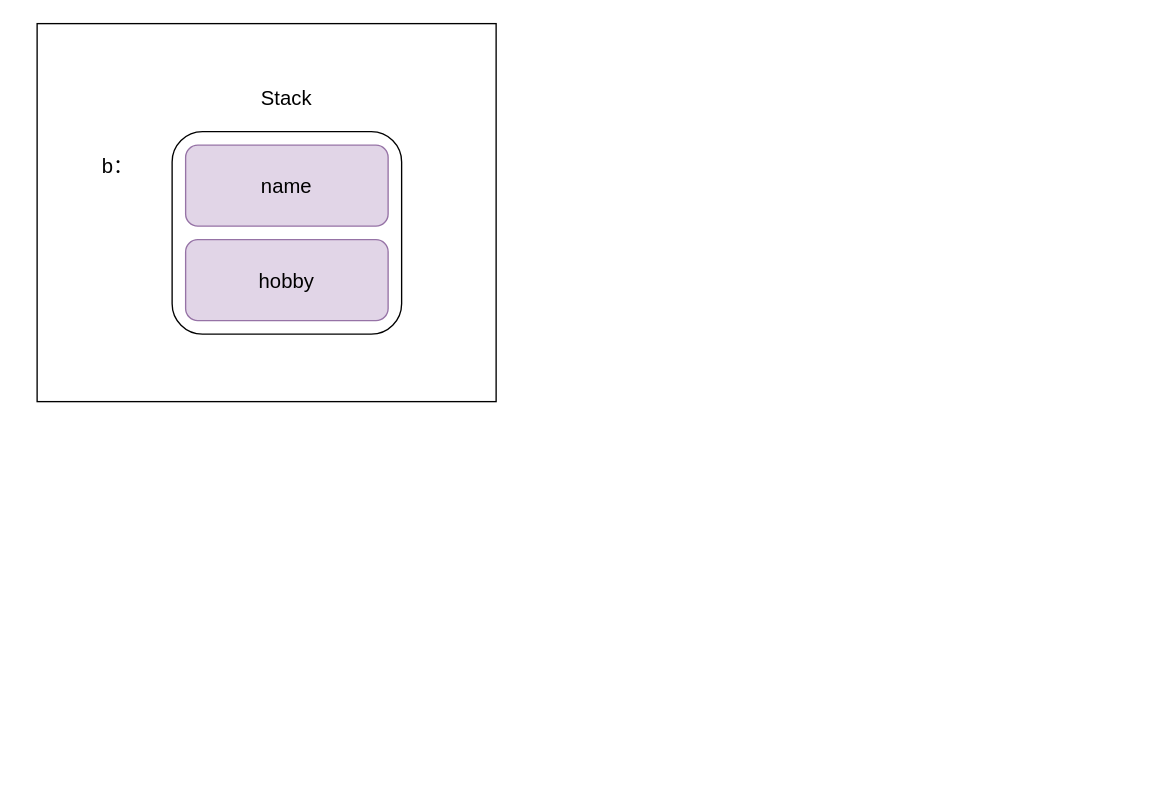
Before: Struct stack memory.drawio in star-j/Flowchart, a draw.io diagram. Source tidied: cells renumbered, new cells numbered last; positions are measured from the earlier drawing's top-left corner, leaving out a move shared by most shapes. Both pictures are drawn from the tidied source at 135%, with x=0, y=0 at pixel (36, 23).
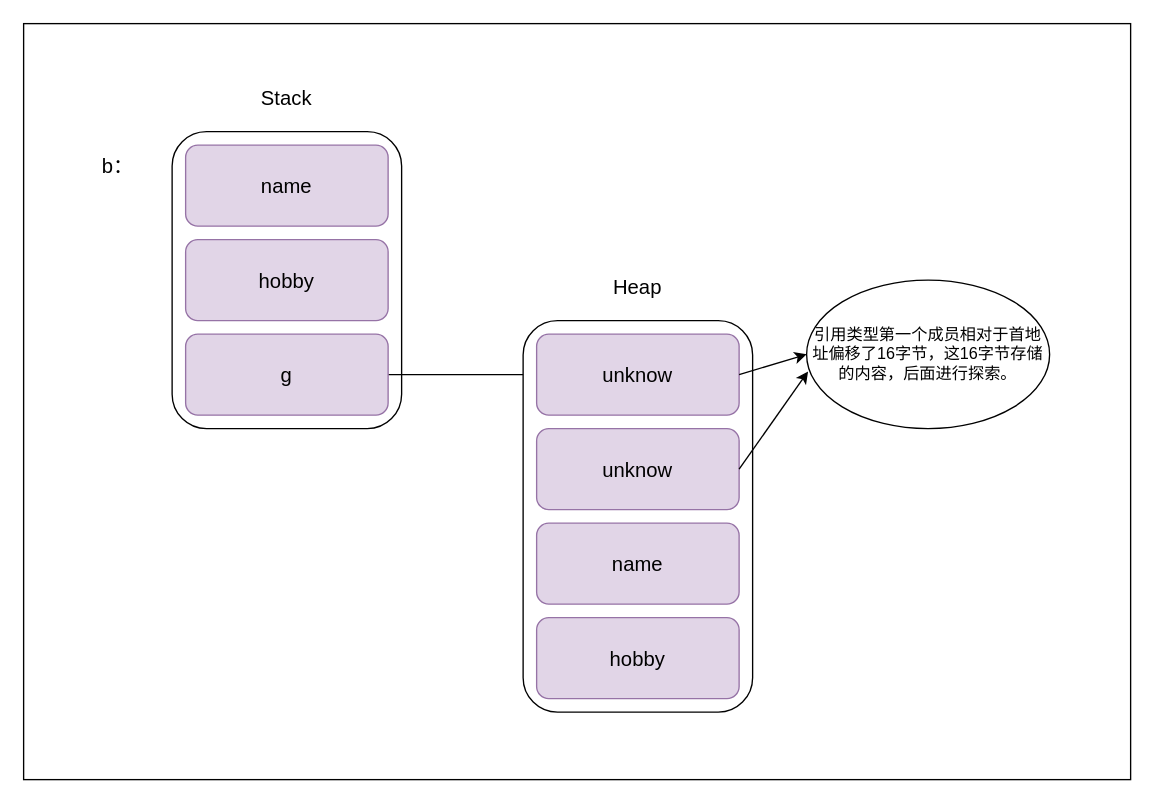
The same page after the edit.

Change to the diagram source:
```diff
@@
 <mxGraphModel>
   <root>
     <mxCell id="0" />
     <mxCell id="1" parent="0" />
     <mxCell id="2" style="rounded=0;whiteSpace=wrap;html=1;fontSize=15;" parent="1" vertex="1">
-      <mxGeometry width="340" height="280" as="geometry" />
+      <mxGeometry x="-10" width="820" height="560" as="geometry" />
     </mxCell>
     <mxCell id="3" style="rounded=1;whiteSpace=wrap;html=1;" parent="1" vertex="1">
-      <mxGeometry x="100" y="80" width="170" height="150" as="geometry" />
+      <mxGeometry x="100" y="80" width="170" height="220" as="geometry" />
     </mxCell>
     <mxCell id="4" value="name" style="rounded=1;whiteSpace=wrap;html=1;fontSize=15;fillColor=#e1d5e7;strokeColor=#9673a6;" parent="1" vertex="1">
       <mxGeometry x="110" y="90" width="150" height="60" as="geometry" />
     </mxCell>
     <mxCell id="5" value="hobby" style="rounded=1;whiteSpace=wrap;html=1;fontSize=15;fillColor=#e1d5e7;strokeColor=#9673a6;" parent="1" vertex="1">
       <mxGeometry x="110" y="160" width="150" height="60" as="geometry" />
     </mxCell>
     <mxCell id="6" value="Stack" style="text;html=1;strokeColor=none;fillColor=none;align=center;verticalAlign=middle;whiteSpace=wrap;rounded=0;fontSize=15;" parent="1" vertex="1">
       <mxGeometry x="155" y="40" width="60" height="30" as="geometry" />
     </mxCell>
     <mxCell id="7" value="b：" style="text;html=1;strokeColor=none;fillColor=none;align=center;verticalAlign=middle;whiteSpace=wrap;rounded=0;fontSize=15;" parent="1" vertex="1">
       <mxGeometry x="40" y="90" width="40" height="30" as="geometry" />
     </mxCell>
+    <mxCell id="8" style="edgeStyle=orthogonalEdgeStyle;rounded=0;jettySize=auto;html=1;exitX=1;exitY=0.5;exitDx=0;exitDy=0;entryX=0;entryY=0.5;entryDx=0;entryDy=0;" parent="1" edge="1" source="9" target="15">
+      <mxGeometry relative="1" as="geometry" />
+    </mxCell>
+    <mxCell id="9" value="g" style="rounded=1;whiteSpace=wrap;html=1;fontSize=15;fillColor=#e1d5e7;strokeColor=#9673a6;" parent="1" vertex="1">
+      <mxGeometry x="110" y="230" width="150" height="60" as="geometry" />
+    </mxCell>
+    <mxCell id="10" style="rounded=1;whiteSpace=wrap;html=1;" parent="1" vertex="1">
+      <mxGeometry x="360" y="220" width="170" height="290" as="geometry" />
+    </mxCell>
+    <mxCell id="11" value="unknow" style="rounded=1;whiteSpace=wrap;html=1;fontSize=15;fillColor=#e1d5e7;strokeColor=#9673a6;" parent="1" vertex="1">
+      <mxGeometry x="370" y="300" width="150" height="60" as="geometry" />
+    </mxCell>
+    <mxCell id="12" value="name" style="rounded=1;whiteSpace=wrap;html=1;fontSize=15;fillColor=#e1d5e7;strokeColor=#9673a6;" parent="1" vertex="1">
+      <mxGeometry x="370" y="370" width="150" height="60" as="geometry" />
+    </mxCell>
+    <mxCell id="13" value="Heap" style="text;html=1;strokeColor=none;fillColor=none;align=center;verticalAlign=middle;whiteSpace=wrap;rounded=0;fontSize=15;" parent="1" vertex="1">
+      <mxGeometry x="415" y="180" width="60" height="30" as="geometry" />
+    </mxCell>
+    <mxCell id="14" value="hobby" style="rounded=1;whiteSpace=wrap;html=1;fontSize=15;fillColor=#e1d5e7;strokeColor=#9673a6;" parent="1" vertex="1">
+      <mxGeometry x="370" y="440" width="150" height="60" as="geometry" />
+    </mxCell>
+    <mxCell id="15" value="unknow" style="rounded=1;whiteSpace=wrap;html=1;fontSize=15;fillColor=#e1d5e7;strokeColor=#9673a6;" parent="1" vertex="1">
+      <mxGeometry x="370" y="230" width="150" height="60" as="geometry" />
+    </mxCell>
+    <mxCell id="16" value="引用类型第一个成员相对于首地址偏移了16字节，这16字节存储的内容，后面进行探索。" style="ellipse;whiteSpace=wrap;html=1;" parent="1" vertex="1">
+      <mxGeometry x="570" y="190" width="180" height="110" as="geometry" />
+    </mxCell>
+    <mxCell id="17" style="endArrow=classic;html=1;rounded=0;exitX=1;exitY=0.5;exitDx=0;exitDy=0;entryX=0;entryY=0.5;entryDx=0;entryDy=0;" parent="1" edge="1" source="15" target="16">
+      <mxGeometry relative="1" as="geometry" />
+    </mxCell>
+    <mxCell id="18" style="endArrow=classic;html=1;rounded=0;exitX=1;exitY=0.5;exitDx=0;exitDy=0;entryX=0.006;entryY=0.615;entryDx=0;entryDy=0;entryPerimeter=0;" parent="1" edge="1" source="11" target="16">
+      <mxGeometry relative="1" as="geometry" />
+    </mxCell>
   </root>
 </mxGraphModel>
```
